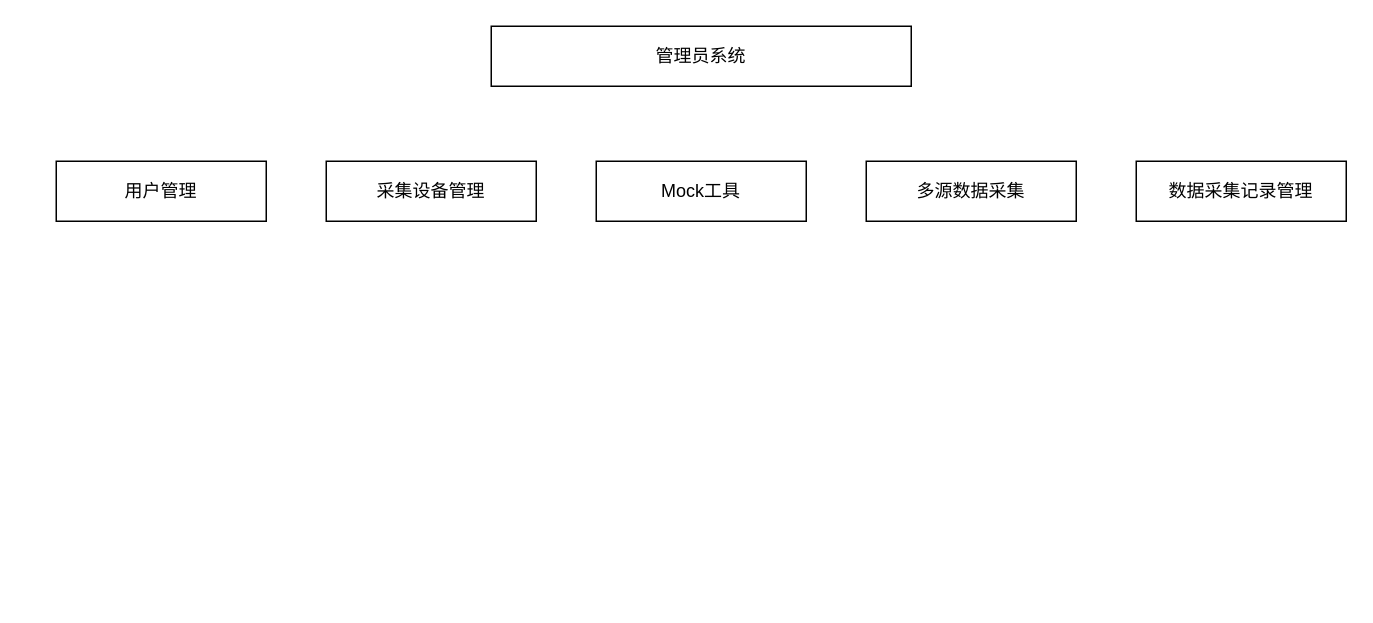
This is 功能模块图.drawio from Thesis7/review--master, a draw.io file, before an edit. Source tidied: cells renumbered, new cells numbered last; positions are measured from the earlier drawing's top-left corner, leaving out a move shared by most shapes. Both pictures are drawn from the tidied source at 150%, with x=0, y=0 at pixel (56, 26).
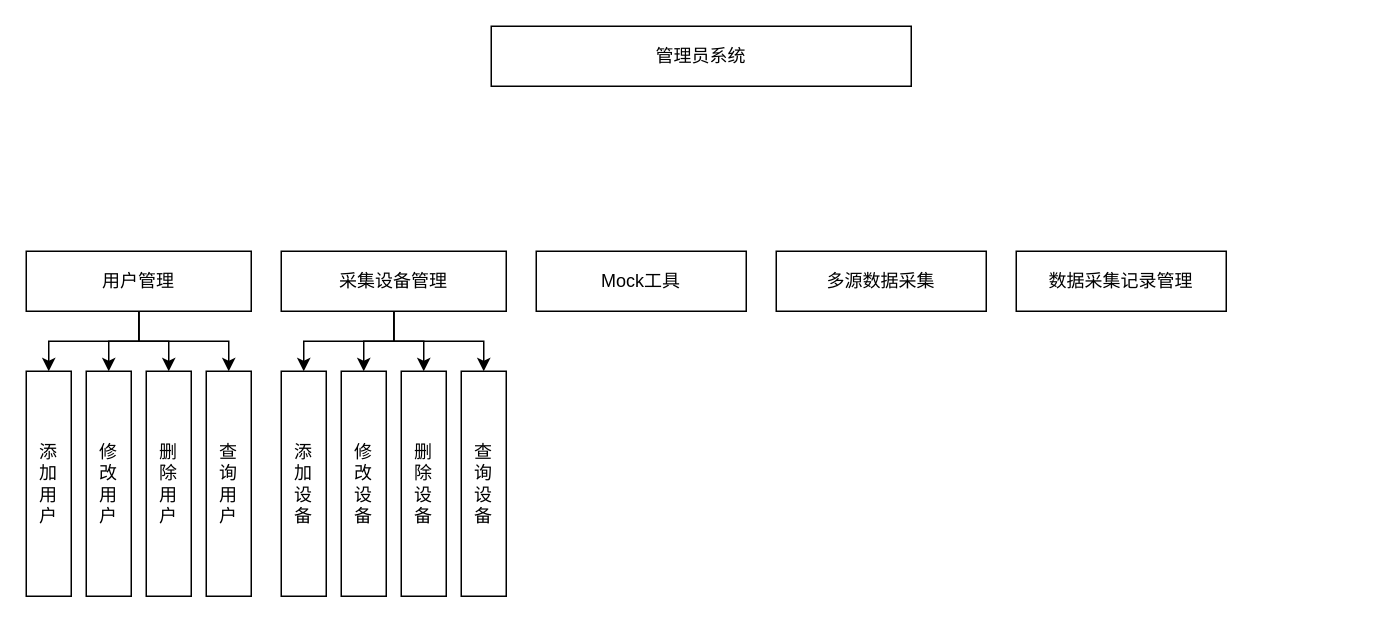
Above is the later version.

Commit message (it also covers changes not shown here):
更新功能模块图.drawio

The edit, as a diff of the source:
```diff
@@
+    <mxCell id="8" style="edgeStyle=orthogonalEdgeStyle;rounded=0;jettySize=auto;html=1;exitX=0.5;exitY=1;exitDx=0;exitDy=0;entryX=0.5;entryY=0;entryDx=0;entryDy=0;" parent="1" edge="1" source="3" target="12">
+      <mxGeometry relative="1" as="geometry">
+        <Array as="points">
+          <mxPoint x="55" y="210" />
+          <mxPoint x="-5" y="210" />
+        </Array>
+      </mxGeometry>
+    </mxCell>
+    <mxCell id="9" style="edgeStyle=orthogonalEdgeStyle;rounded=0;jettySize=auto;html=1;exitX=0.5;exitY=1;exitDx=0;exitDy=0;entryX=0.5;entryY=0;entryDx=0;entryDy=0;" parent="1" edge="1" source="3" target="13">
+      <mxGeometry relative="1" as="geometry" />
+    </mxCell>
+    <mxCell id="10" style="edgeStyle=orthogonalEdgeStyle;rounded=0;jettySize=auto;html=1;exitX=0.5;exitY=1;exitDx=0;exitDy=0;entryX=0.5;entryY=0;entryDx=0;entryDy=0;" parent="1" edge="1" source="3" target="14">
+      <mxGeometry relative="1" as="geometry" />
+    </mxCell>
+    <mxCell id="11" style="edgeStyle=orthogonalEdgeStyle;rounded=0;jettySize=auto;html=1;exitX=0.5;exitY=1;exitDx=0;exitDy=0;entryX=0.5;entryY=0;entryDx=0;entryDy=0;" parent="1" edge="1" source="3" target="15">
+      <mxGeometry relative="1" as="geometry" />
+    </mxCell>
     <mxCell id="3" value="用户管理" style="rounded=0;whiteSpace=wrap;html=1;" parent="1" vertex="1">
-      <mxGeometry y="90" width="140" height="40" as="geometry" />
+      <mxGeometry x="-20" y="150" width="150" height="40" as="geometry" />
     </mxCell>
-    <mxCell id="4" value="采集设备管理" style="rounded=0;whiteSpace=wrap;html=1;" parent="1" vertex="1">
-      <mxGeometry x="180" y="90" width="140" height="40" as="geometry" />
-    </mxCell>
     <mxCell id="5" value="Mock工具" style="rounded=0;whiteSpace=wrap;html=1;" parent="1" vertex="1">
-      <mxGeometry x="360" y="90" width="140" height="40" as="geometry" />
+      <mxGeometry x="320" y="150" width="140" height="40" as="geometry" />
     </mxCell>
     <mxCell id="6" value="多源数据采集" style="rounded=0;whiteSpace=wrap;html=1;" parent="1" vertex="1">
-      <mxGeometry x="540" y="90" width="140" height="40" as="geometry" />
+      <mxGeometry x="480" y="150" width="140" height="40" as="geometry" />
     </mxCell>
     <mxCell id="7" value="数据采集记录管理" style="rounded=0;whiteSpace=wrap;html=1;" parent="1" vertex="1">
-      <mxGeometry x="720" y="90" width="140" height="40" as="geometry" />
+      <mxGeometry x="640" y="150" width="140" height="40" as="geometry" />
     </mxCell>
+    <mxCell id="12" value="添&lt;div&gt;加&lt;/div&gt;&lt;div&gt;用&lt;/div&gt;&lt;div&gt;户&lt;/div&gt;" style="rounded=0;whiteSpace=wrap;html=1;" parent="1" vertex="1">
+      <mxGeometry x="-20" y="230" width="30" height="150" as="geometry" />
+    </mxCell>
+    <mxCell id="13" value="修&lt;div&gt;改&lt;/div&gt;&lt;div&gt;用&lt;/div&gt;&lt;div&gt;户&lt;/div&gt;" style="rounded=0;whiteSpace=wrap;html=1;" parent="1" vertex="1">
+      <mxGeometry x="20" y="230" width="30" height="150" as="geometry" />
+    </mxCell>
+    <mxCell id="14" value="删&lt;div&gt;除&lt;/div&gt;&lt;div&gt;用&lt;/div&gt;&lt;div&gt;户&lt;/div&gt;" style="rounded=0;whiteSpace=wrap;html=1;" parent="1" vertex="1">
+      <mxGeometry x="60" y="230" width="30" height="150" as="geometry" />
+    </mxCell>
+    <mxCell id="15" value="查&lt;div&gt;询&lt;/div&gt;&lt;div&gt;用&lt;/div&gt;&lt;div&gt;户&lt;/div&gt;" style="rounded=0;whiteSpace=wrap;html=1;" parent="1" vertex="1">
+      <mxGeometry x="100" y="230" width="30" height="150" as="geometry" />
+    </mxCell>
+    <mxCell id="16" style="edgeStyle=orthogonalEdgeStyle;rounded=0;jettySize=auto;html=1;exitX=0.5;exitY=1;exitDx=0;exitDy=0;entryX=0.5;entryY=0;entryDx=0;entryDy=0;" parent="1" edge="1" source="4" target="20">
+      <mxGeometry relative="1" as="geometry" />
+    </mxCell>
+    <mxCell id="17" style="edgeStyle=orthogonalEdgeStyle;rounded=0;jettySize=auto;html=1;exitX=0.5;exitY=1;exitDx=0;exitDy=0;entryX=0.5;entryY=0;entryDx=0;entryDy=0;" parent="1" edge="1" source="4" target="21">
+      <mxGeometry relative="1" as="geometry" />
+    </mxCell>
+    <mxCell id="18" style="edgeStyle=orthogonalEdgeStyle;rounded=0;jettySize=auto;html=1;exitX=0.5;exitY=1;exitDx=0;exitDy=0;entryX=0.5;entryY=0;entryDx=0;entryDy=0;" parent="1" edge="1" source="4" target="22">
+      <mxGeometry relative="1" as="geometry" />
+    </mxCell>
+    <mxCell id="19" style="edgeStyle=orthogonalEdgeStyle;rounded=0;jettySize=auto;html=1;exitX=0.5;exitY=1;exitDx=0;exitDy=0;entryX=0.5;entryY=0;entryDx=0;entryDy=0;" parent="1" edge="1" source="4" target="23">
+      <mxGeometry relative="1" as="geometry" />
+    </mxCell>
+    <mxCell id="4" value="采集设备管理" style="rounded=0;whiteSpace=wrap;html=1;" parent="1" vertex="1">
+      <mxGeometry x="150" y="150" width="150" height="40" as="geometry" />
+    </mxCell>
+    <mxCell id="20" value="添&lt;div&gt;加&lt;/div&gt;&lt;div&gt;设&lt;/div&gt;&lt;div&gt;备&lt;/div&gt;" style="rounded=0;whiteSpace=wrap;html=1;" parent="1" vertex="1">
+      <mxGeometry x="150" y="230" width="30" height="150" as="geometry" />
+    </mxCell>
+    <mxCell id="21" value="修&lt;div&gt;改&lt;div&gt;设&lt;/div&gt;&lt;div&gt;备&lt;/div&gt;&lt;/div&gt;" style="rounded=0;whiteSpace=wrap;html=1;" parent="1" vertex="1">
+      <mxGeometry x="190" y="230" width="30" height="150" as="geometry" />
+    </mxCell>
+    <mxCell id="22" value="删&lt;div&gt;除&lt;/div&gt;&lt;div&gt;设&lt;/div&gt;&lt;div&gt;备&lt;/div&gt;" style="rounded=0;whiteSpace=wrap;html=1;" parent="1" vertex="1">
+      <mxGeometry x="230" y="230" width="30" height="150" as="geometry" />
+    </mxCell>
+    <mxCell id="23" value="查&lt;div&gt;询&lt;/div&gt;&lt;div&gt;设&lt;/div&gt;&lt;div&gt;备&lt;/div&gt;" style="rounded=0;whiteSpace=wrap;html=1;" parent="1" vertex="1">
+      <mxGeometry x="270" y="230" width="30" height="150" as="geometry" />
+    </mxCell>
```
